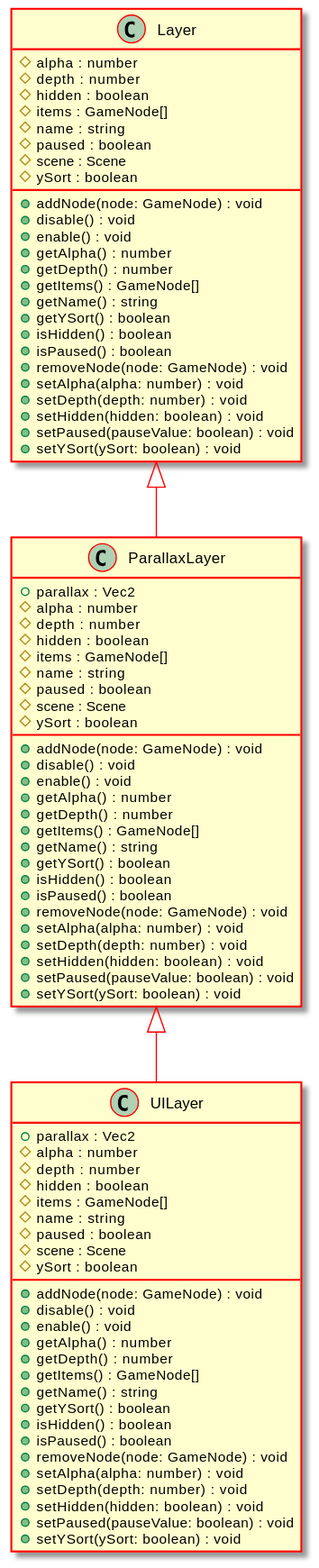
This is docs/api/assets/ParallaxLayer-umlClassDiagram-6270.svg from Test123938/Test2, a PlantUML export, as it was before one commit.
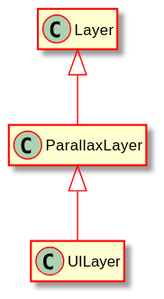
After the change.

Diff of the diagram source:
```diff
@@ -5,85 +5,11 @@
 hide empty methods
 hide empty fields
 class "ParallaxLayer" {
-    +parallax : Vec2
-    #alpha : number
-    #depth : number
-    #hidden : boolean
-    #items : GameNode[]
-    #name : string
-    #paused : boolean
-    #scene : Scene
-    #ySort : boolean
-    +addNode(node: GameNode) : void
-    +disable() : void
-    +enable() : void
-    +getAlpha() : number
-    +getDepth() : number
-    +getItems() : GameNode[]
-    +getName() : string
-    +getYSort() : boolean
-    +isHidden() : boolean
-    +isPaused() : boolean
-    +removeNode(node: GameNode) : void
-    +setAlpha(alpha: number) : void
-    +setDepth(depth: number) : void
-    +setHidden(hidden: boolean) : void
-    +setPaused(pauseValue: boolean) : void
-    +setYSort(ySort: boolean) : void
 }
 class "Layer" {
-    #alpha : number
-    #depth : number
-    #hidden : boolean
-    #items : GameNode[]
-    #name : string
-    #paused : boolean
-    #scene : Scene
-    #ySort : boolean
-    +addNode(node: GameNode) : void
-    +disable() : void
-    +enable() : void
-    +getAlpha() : number
-    +getDepth() : number
-    +getItems() : GameNode[]
-    +getName() : string
-    +getYSort() : boolean
-    +isHidden() : boolean
-    +isPaused() : boolean
-    +removeNode(node: GameNode) : void
-    +setAlpha(alpha: number) : void
-    +setDepth(depth: number) : void
-    +setHidden(hidden: boolean) : void
-    +setPaused(pauseValue: boolean) : void
-    +setYSort(ySort: boolean) : void
 }
 "Layer" <|-- "ParallaxLayer"
 class "UILayer" {
-    +parallax : Vec2
-    #alpha : number
-    #depth : number
-    #hidden : boolean
-    #items : GameNode[]
-    #name : string
-    #paused : boolean
-    #scene : Scene
-    #ySort : boolean
-    +addNode(node: GameNode) : void
-    +disable() : void
-    +enable() : void
-    +getAlpha() : number
-    +getDepth() : number
-    +getItems() : GameNode[]
-    +getName() : string
-    +getYSort() : boolean
-    +isHidden() : boolean
-    +isPaused() : boolean
-    +removeNode(node: GameNode) : void
-    +setAlpha(alpha: number) : void
-    +setDepth(depth: number) : void
-    +setHidden(hidden: boolean) : void
-    +setPaused(pauseValue: boolean) : void
-    +setYSort(ySort: boolean) : void
 }
 "ParallaxLayer" <|-- "UILayer"
 @enduml
```
